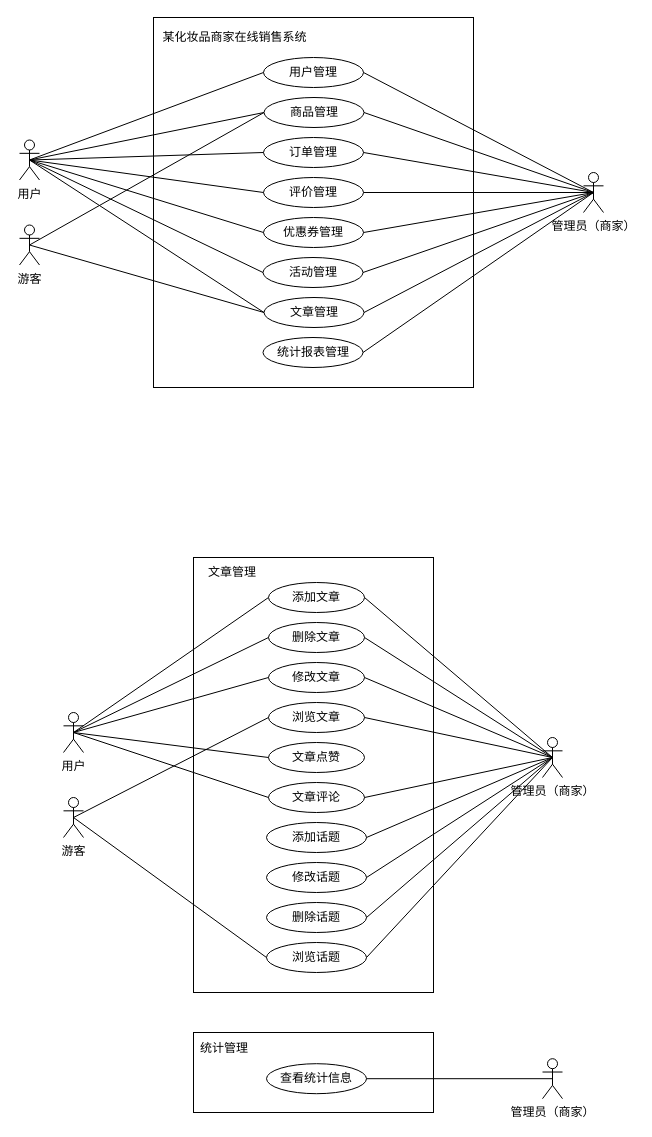
Earlier version of the draw.io diagram page "总体用例图" (2 of 27) of Untitled Diagram.drawio (hongkingking/hkk). Source tidied: cells renumbered, new cells numbered last; positions are measured from the earlier drawing's top-left corner, leaving out a move shared by most shapes. Both pictures are drawn from the tidied source at 100%, with x=0, y=0 at pixel (19, 17).
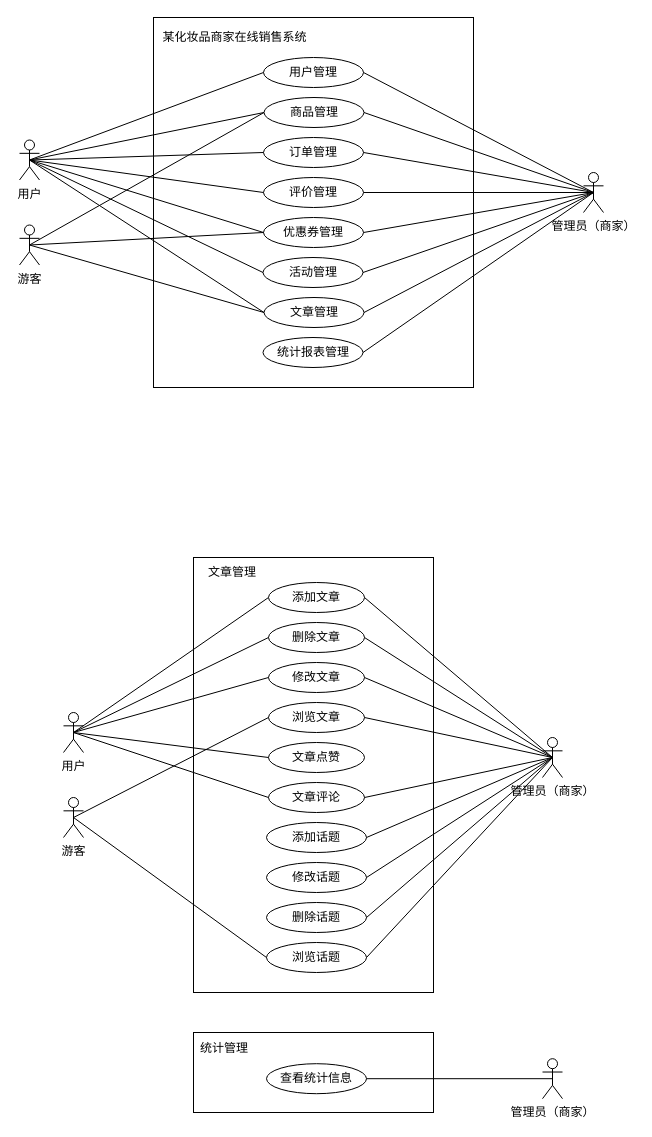
Above is the later version.

The change refers to these unchanged cells:
```xml
<mxCell id="7" value="&lt;span&gt;优惠券管理&lt;/span&gt;" style="ellipse;whiteSpace=wrap;html=1;" parent="1" vertex="1">
  <mxGeometry x="244" y="200" width="100" height="30" as="geometry" />
</mxCell>
<mxCell id="62" value="游客" style="shape=umlActor;verticalLabelPosition=bottom;verticalAlign=top;html=1;" parent="1" vertex="1">
  <mxGeometry y="207.5" width="20" height="40" as="geometry" />
</mxCell>
```

The edit, as a diff of the source:
```diff
@@
+    <mxCell id="68" style="endArrow=none;html=1;entryX=0;entryY=0.5;entryDx=0;entryDy=0;exitX=0.5;exitY=0.5;exitDx=0;exitDy=0;exitPerimeter=0;" parent="1" edge="1" source="62" target="7">
+      <mxGeometry relative="1" as="geometry" />
+    </mxCell>
```
